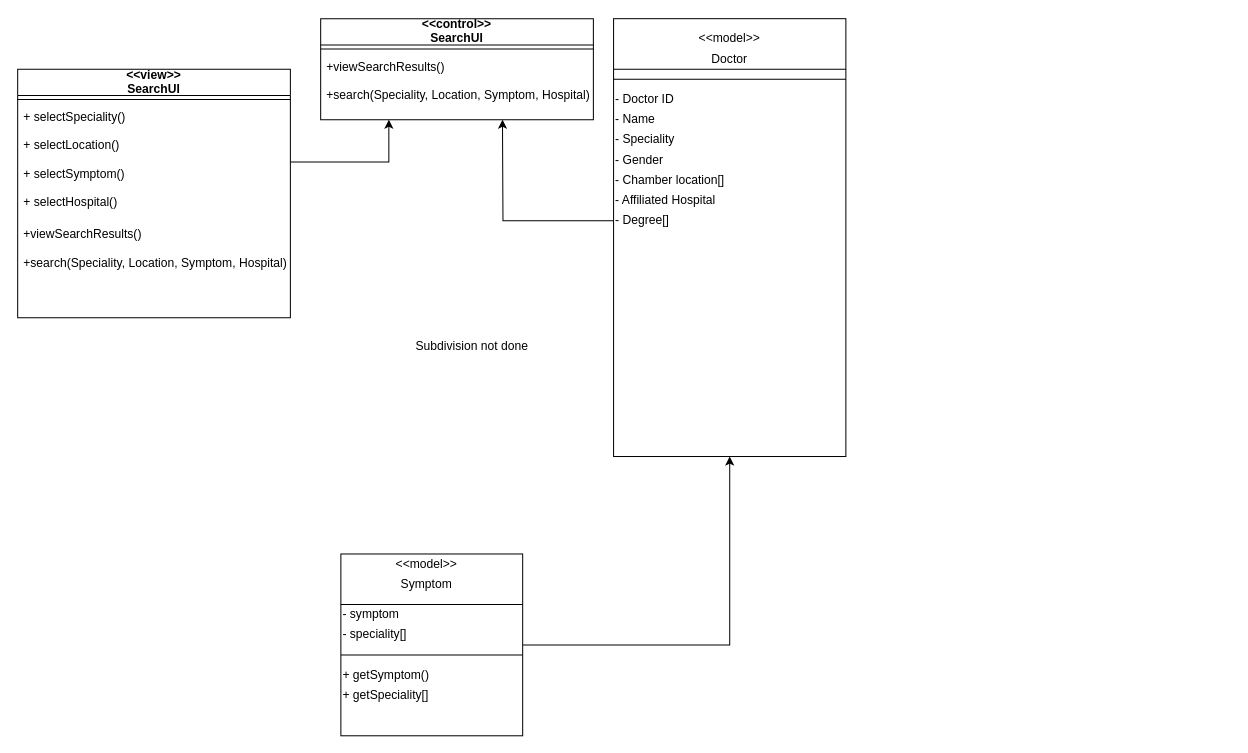
This is page "Search" (2 of 3) of Untitled Diagram.drawio from SaffatZabin-17/CSE-326-Information-System-Design-Sessional-, a draw.io file, before an edit. Source tidied: cells renumbered, new cells numbered last; positions are measured from the earlier drawing's top-left corner, leaving out a move shared by most shapes. Both pictures are drawn from the tidied source at 101%, with x=0, y=0 at pixel (17, 18).
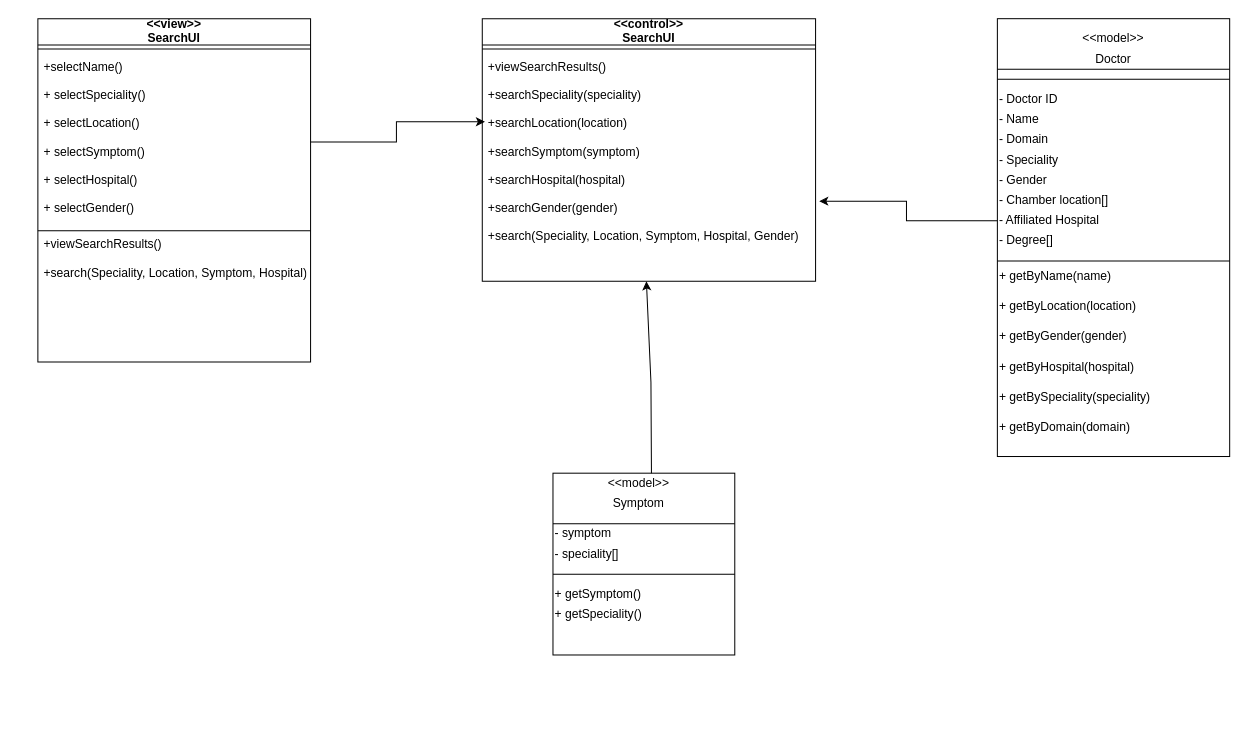
The same diagram, later.

Change to the diagram source:
```diff
@@
     <mxCell id="2" value="&lt;&lt;view&gt;&gt;&#10;SearchUI&#10;" style="swimlane;fontStyle=1;align=center;verticalAlign=middle;horizontal=1;startSize=26;rounded=0;shadow=0;strokeWidth=1;spacing=6;spacingTop=12;" parent="1" vertex="1">
-      <mxGeometry y="50" width="270" height="246" as="geometry" />
+      <mxGeometry x="20" width="270" height="340" as="geometry" />
     </mxCell>
@@
-    <mxCell id="4" value="+ selectSpeciality()&#10;&#10;+ selectLocation()&#10;&#10;+ selectSymptom()&#10;&#10;+ selectHospital()" style="text;align=left;verticalAlign=top;spacingLeft=4;spacingRight=4;overflow=hidden;points=[[0,0.5],[1,0.5]];portConstraint=eastwest;" parent="2" vertex="1">
-      <mxGeometry y="34" width="270" height="116" as="geometry" />
+    <mxCell id="4" value="+selectName()&#10;&#10;+ selectSpeciality()&#10;&#10;+ selectLocation()&#10;&#10;+ selectSymptom()&#10;&#10;+ selectHospital()&#10;&#10;+ selectGender()" style="text;align=left;verticalAlign=top;spacingLeft=4;spacingRight=4;overflow=hidden;points=[[0,0.5],[1,0.5]];portConstraint=eastwest;" parent="2" vertex="1">
+      <mxGeometry y="34" width="270" height="176" as="geometry" />
     </mxCell>
+    <mxCell id="34" style="endArrow=none;html=1;rounded=0;" parent="2" edge="1">
+      <mxGeometry relative="1" as="geometry">
+        <mxPoint y="210" as="sourcePoint" />
+        <mxPoint x="270" y="210" as="targetPoint" />
+        <Array as="points">
+          <mxPoint x="30" y="210" />
+        </Array>
+      </mxGeometry>
+    </mxCell>
     <mxCell id="5" value="+viewSearchResults()&#10;&#10;+search(Speciality, Location, Symptom, Hospital)" style="text;align=left;verticalAlign=top;spacingLeft=4;spacingRight=4;overflow=hidden;" parent="2" vertex="1">
-      <mxGeometry y="150" width="270" height="50" as="geometry" />
+      <mxGeometry y="210" width="270" height="80" as="geometry" />
     </mxCell>
     <mxCell id="6" style="rounded=0;whiteSpace=wrap;html=1;" parent="1" vertex="1">
-      <mxGeometry x="590" width="230" height="433.5" as="geometry" />
+      <mxGeometry x="970" width="230" height="433.5" as="geometry" />
     </mxCell>
     <mxCell id="7" style="endArrow=none;html=1;rounded=0;" parent="1" edge="1">
       <mxGeometry relative="1" as="geometry">
-        <mxPoint x="590" y="50" as="sourcePoint" />
-        <mxPoint x="820" y="50" as="targetPoint" />
+        <mxPoint x="970" y="50" as="sourcePoint" />
+        <mxPoint x="1200" y="50" as="targetPoint" />
         <Array as="points">
-          <mxPoint x="710" y="50" />
-          <mxPoint x="820" y="50" />
+          <mxPoint x="1090" y="50" />
+          <mxPoint x="1200" y="50" />
         </Array>
       </mxGeometry>
     </mxCell>
     <mxCell id="8" value="&amp;lt;&amp;lt;model&amp;gt;&amp;gt;" style="text;html=1;strokeColor=none;fillColor=none;align=center;verticalAlign=middle;whiteSpace=wrap;rounded=0;" parent="1" vertex="1">
-      <mxGeometry x="675" y="10" width="60" height="20" as="geometry" />
+      <mxGeometry x="1055" y="10" width="60" height="20" as="geometry" />
     </mxCell>
     <mxCell id="9" value="Doctor" style="text;html=1;strokeColor=none;fillColor=none;align=center;verticalAlign=middle;whiteSpace=wrap;rounded=0;" parent="1" vertex="1">
-      <mxGeometry x="675" y="30" width="60" height="20" as="geometry" />
+      <mxGeometry x="1055" y="30" width="60" height="20" as="geometry" />
     </mxCell>
-    <mxCell id="10" style="edgeStyle=orthogonalEdgeStyle;rounded=0;jettySize=auto;html=1;" parent="1" edge="1" source="11" target="6">
-      <mxGeometry relative="1" as="geometry" />
-    </mxCell>
     <mxCell id="11" style="rounded=0;whiteSpace=wrap;html=1;" parent="1" vertex="1">
-      <mxGeometry x="320" y="530" width="180" height="180" as="geometry" />
+      <mxGeometry x="530" y="450" width="180" height="180" as="geometry" />
     </mxCell>
     <mxCell id="12" style="endArrow=none;html=1;rounded=0;" parent="1" edge="1" target="11">
       <mxGeometry relative="1" as="geometry">
-        <mxPoint x="320" y="580" as="sourcePoint" />
+        <mxPoint x="530" y="500" as="sourcePoint" />
         <Array as="points">
-          <mxPoint x="500" y="580" />
+          <mxPoint x="710" y="500" />
         </Array>
       </mxGeometry>
     </mxCell>
     <mxCell id="13" value="&amp;lt;&amp;lt;model&amp;gt;&amp;gt;" style="text;html=1;strokeColor=none;fillColor=none;align=center;verticalAlign=middle;whiteSpace=wrap;rounded=0;" parent="1" vertex="1">
-      <mxGeometry x="375" y="530" width="60" height="20" as="geometry" />
+      <mxGeometry x="585" y="450" width="60" height="20" as="geometry" />
     </mxCell>
     <mxCell id="14" value="Symptom" style="text;html=1;strokeColor=none;fillColor=none;align=center;verticalAlign=middle;whiteSpace=wrap;rounded=0;" parent="1" vertex="1">
-      <mxGeometry x="375" y="550" width="60" height="20" as="geometry" />
+      <mxGeometry x="585" y="470" width="60" height="20" as="geometry" />
     </mxCell>
     <mxCell id="15" value="- symptom" style="text;html=1;strokeColor=none;fillColor=none;align=left;verticalAlign=middle;whiteSpace=wrap;rounded=0;" parent="1" vertex="1">
-      <mxGeometry x="320" y="580" width="180" height="20" as="geometry" />
+      <mxGeometry x="530" y="500" width="180" height="20" as="geometry" />
     </mxCell>
     <mxCell id="16" value="- speciality[]" style="text;html=1;strokeColor=none;fillColor=none;align=left;verticalAlign=middle;whiteSpace=wrap;rounded=0;" parent="1" vertex="1">
-      <mxGeometry x="320" y="600" width="180" height="20" as="geometry" />
+      <mxGeometry x="530" y="520" width="180" height="20" as="geometry" />
     </mxCell>
     <mxCell id="17" style="endArrow=none;html=1;rounded=0;" parent="1" edge="1">
       <mxGeometry relative="1" as="geometry">
-        <mxPoint x="320" y="630" as="sourcePoint" />
-        <mxPoint x="500" y="630" as="targetPoint" />
+        <mxPoint x="530" y="550" as="sourcePoint" />
+        <mxPoint x="710" y="550" as="targetPoint" />
         <Array as="points">
-          <mxPoint x="500" y="630" />
+          <mxPoint x="710" y="550" />
         </Array>
       </mxGeometry>
     </mxCell>
     <mxCell id="18" value="+ getSymptom()" style="text;html=1;strokeColor=none;fillColor=none;align=left;verticalAlign=middle;whiteSpace=wrap;rounded=0;" parent="1" vertex="1">
-      <mxGeometry x="320" y="640" width="180" height="20" as="geometry" />
+      <mxGeometry x="530" y="560" width="180" height="20" as="geometry" />
     </mxCell>
-    <mxCell id="19" value="+ getSpeciality[]" style="text;html=1;strokeColor=none;fillColor=none;align=left;verticalAlign=middle;whiteSpace=wrap;rounded=0;" parent="1" vertex="1">
-      <mxGeometry x="320" y="660" width="180" height="20" as="geometry" />
+    <mxCell id="19" value="+ getSpeciality()" style="text;html=1;strokeColor=none;fillColor=none;align=left;verticalAlign=middle;whiteSpace=wrap;rounded=0;" parent="1" vertex="1">
+      <mxGeometry x="530" y="580" width="180" height="20" as="geometry" />
     </mxCell>
     <mxCell id="20" value="- Doctor ID" style="text;html=1;strokeColor=none;fillColor=none;align=left;verticalAlign=middle;whiteSpace=wrap;rounded=0;" parent="1" vertex="1">
-      <mxGeometry x="590" y="70" width="230" height="20" as="geometry" />
+      <mxGeometry x="970" y="70" width="230" height="20" as="geometry" />
     </mxCell>
     <mxCell id="21" value="- Name" style="text;html=1;strokeColor=none;fillColor=none;align=left;verticalAlign=middle;whiteSpace=wrap;rounded=0;" parent="1" vertex="1">
-      <mxGeometry x="590" y="90" width="230" height="20" as="geometry" />
+      <mxGeometry x="970" y="90" width="230" height="20" as="geometry" />
     </mxCell>
     <mxCell id="22" value="- Speciality" style="text;html=1;strokeColor=none;fillColor=none;align=left;verticalAlign=middle;whiteSpace=wrap;rounded=0;" parent="1" vertex="1">
-      <mxGeometry x="590" y="110" width="230" height="20" as="geometry" />
+      <mxGeometry x="970" y="130" width="230" height="20" as="geometry" />
     </mxCell>
     <mxCell id="23" value="- Gender" style="text;html=1;strokeColor=none;fillColor=none;align=left;verticalAlign=middle;whiteSpace=wrap;rounded=0;" parent="1" vertex="1">
-      <mxGeometry x="590" y="130" width="230" height="20" as="geometry" />
+      <mxGeometry x="970" y="150" width="230" height="20" as="geometry" />
     </mxCell>
     <mxCell id="24" value="- Chamber location[]" style="text;html=1;strokeColor=none;fillColor=none;align=left;verticalAlign=middle;whiteSpace=wrap;rounded=0;" parent="1" vertex="1">
-      <mxGeometry x="590" y="150" width="230" height="20" as="geometry" />
+      <mxGeometry x="970" y="170" width="230" height="20" as="geometry" />
     </mxCell>
+    <mxCell id="35" style="edgeStyle=orthogonalEdgeStyle;rounded=0;jettySize=auto;html=1;entryX=1.011;entryY=0.649;entryDx=0;entryDy=0;entryPerimeter=0;" parent="1" edge="1" source="25" target="31">
+      <mxGeometry relative="1" as="geometry" />
+    </mxCell>
     <mxCell id="25" value="- Affiliated Hospital" style="text;html=1;strokeColor=none;fillColor=none;align=left;verticalAlign=middle;whiteSpace=wrap;rounded=0;" parent="1" vertex="1">
-      <mxGeometry x="590" y="170" width="230" height="20" as="geometry" />
+      <mxGeometry x="970" y="190" width="230" height="20" as="geometry" />
     </mxCell>
-    <mxCell id="26" style="edgeStyle=orthogonalEdgeStyle;rounded=0;jettySize=auto;html=1;" parent="1" edge="1" source="27">
-      <mxGeometry relative="1" as="geometry">
-        <mxPoint x="480" y="100" as="targetPoint" />
-      </mxGeometry>
-    </mxCell>
     <mxCell id="27" value="- Degree[]" style="text;html=1;strokeColor=none;fillColor=none;align=left;verticalAlign=middle;whiteSpace=wrap;rounded=0;" parent="1" vertex="1">
-      <mxGeometry x="590" y="190" width="230" height="20" as="geometry" />
+      <mxGeometry x="970" y="210" width="230" height="20" as="geometry" />
     </mxCell>
     <mxCell id="28" style="endArrow=none;html=1;rounded=0;entryX=1;entryY=0;entryDx=0;entryDy=0;" parent="1" edge="1">
       <mxGeometry relative="1" as="geometry">
-        <mxPoint x="590" y="60" as="sourcePoint" />
-        <mxPoint x="820" y="60" as="targetPoint" />
+        <mxPoint x="970" y="60" as="sourcePoint" />
+        <mxPoint x="1200" y="60" as="targetPoint" />
       </mxGeometry>
     </mxCell>
     <mxCell id="29" value="&lt;&lt;control&gt;&gt;&#10;SearchUI&#10;" style="swimlane;fontStyle=1;align=center;verticalAlign=middle;horizontal=1;startSize=26;rounded=0;shadow=0;strokeWidth=1;spacing=6;spacingTop=12;" parent="1" vertex="1">
-      <mxGeometry x="300" width="270" height="100" as="geometry" />
+      <mxGeometry x="460" width="330" height="260" as="geometry" />
     </mxCell>
     <mxCell id="30" style="line;html=1;strokeWidth=1;align=left;verticalAlign=middle;spacingTop=-1;spacingLeft=3;spacingRight=3;labelPosition=right;" parent="29" vertex="1">
-      <mxGeometry y="26" width="270" height="8" as="geometry" />
+      <mxGeometry y="26" width="330" height="8" as="geometry" />
     </mxCell>
-    <mxCell id="31" value="+viewSearchResults()&#10;&#10;+search(Speciality, Location, Symptom, Hospital)" style="text;align=left;verticalAlign=top;spacingLeft=4;spacingRight=4;overflow=hidden;points=[[0,0.5],[1,0.5]];portConstraint=eastwest;" parent="29" vertex="1">
-      <mxGeometry y="34" width="270" height="50" as="geometry" />
+    <mxCell id="31" value="+viewSearchResults()&#10;&#10;+searchSpeciality(speciality)&#10;&#10;+searchLocation(location)&#10;&#10;+searchSymptom(symptom)&#10;&#10;+searchHospital(hospital)&#10;&#10;+searchGender(gender)&#10;&#10;+search(Speciality, Location, Symptom, Hospital, Gender)" style="text;align=left;verticalAlign=top;spacingLeft=4;spacingRight=4;overflow=hidden;points=[[0,0.5],[1,0.5]];portConstraint=eastwest;" parent="29" vertex="1">
+      <mxGeometry y="34" width="330" height="226" as="geometry" />
     </mxCell>
-    <mxCell id="32" style="edgeStyle=orthogonalEdgeStyle;rounded=0;jettySize=auto;html=1;entryX=0.25;entryY=1;entryDx=0;entryDy=0;" parent="1" edge="1" source="4" target="29">
-      <mxGeometry relative="1" as="geometry" />
-    </mxCell>
-    <mxCell id="33" value="Subdivision not done" style="text;html=1;strokeColor=none;fillColor=none;align=center;verticalAlign=middle;whiteSpace=wrap;rounded=0;" parent="1" vertex="1">
-      <mxGeometry x="360" y="270" width="180" height="110" as="geometry" />
-    </mxCell>
+    <mxCell id="36" style="edgeStyle=orthogonalEdgeStyle;rounded=0;jettySize=auto;html=1;entryX=0.008;entryY=0.301;entryDx=0;entryDy=0;entryPerimeter=0;" parent="1" edge="1" source="4" target="31">
+      <mxGeometry relative="1" as="geometry" />
+    </mxCell>
+    <mxCell id="37" value="- Domain" style="text;html=1;strokeColor=none;fillColor=none;align=left;verticalAlign=middle;whiteSpace=wrap;rounded=0;" parent="1" vertex="1">
+      <mxGeometry x="970" y="110" width="230" height="20" as="geometry" />
+    </mxCell>
+    <mxCell id="38" style="endArrow=classic;html=1;rounded=0;exitX=0.5;exitY=0;exitDx=0;exitDy=0;" parent="1" edge="1">
+      <mxGeometry relative="1" as="geometry">
+        <mxPoint x="627.5" y="450" as="sourcePoint" />
+        <mxPoint x="622.5" y="260" as="targetPoint" />
+        <Array as="points">
+          <mxPoint x="627" y="360" />
+        </Array>
+      </mxGeometry>
+    </mxCell>
+    <mxCell id="39" style="endArrow=none;html=1;rounded=0;" parent="1" edge="1" target="6">
+      <mxGeometry relative="1" as="geometry">
+        <mxPoint x="970" y="240" as="sourcePoint" />
+        <Array as="points">
+          <mxPoint x="1200" y="240" />
+        </Array>
+      </mxGeometry>
+    </mxCell>
+    <mxCell id="40" value="+ getByName(name)" style="text;html=1;strokeColor=none;fillColor=none;align=left;verticalAlign=middle;whiteSpace=wrap;rounded=0;" parent="1" vertex="1">
+      <mxGeometry x="970" y="240" width="230" height="30" as="geometry" />
+    </mxCell>
+    <mxCell id="41" value="+ getByLocation(location)" style="text;html=1;strokeColor=none;fillColor=none;align=left;verticalAlign=middle;whiteSpace=wrap;rounded=0;" parent="1" vertex="1">
+      <mxGeometry x="970" y="270" width="230" height="30" as="geometry" />
+    </mxCell>
+    <mxCell id="42" value="+ getByGender(gender)" style="text;html=1;strokeColor=none;fillColor=none;align=left;verticalAlign=middle;whiteSpace=wrap;rounded=0;" parent="1" vertex="1">
+      <mxGeometry x="970" y="300" width="230" height="30" as="geometry" />
+    </mxCell>
+    <mxCell id="43" value="+ getByHospital(hospital)" style="text;html=1;strokeColor=none;fillColor=none;align=left;verticalAlign=middle;whiteSpace=wrap;rounded=0;" parent="1" vertex="1">
+      <mxGeometry x="970" y="330" width="230" height="30" as="geometry" />
+    </mxCell>
+    <mxCell id="44" value="+ getBySpeciality(speciality)" style="text;html=1;strokeColor=none;fillColor=none;align=left;verticalAlign=middle;whiteSpace=wrap;rounded=0;" parent="1" vertex="1">
+      <mxGeometry x="970" y="360" width="230" height="30" as="geometry" />
+    </mxCell>
+    <mxCell id="45" value="+ getByDomain(domain)" style="text;html=1;strokeColor=none;fillColor=none;align=left;verticalAlign=middle;whiteSpace=wrap;rounded=0;" parent="1" vertex="1">
+      <mxGeometry x="970" y="390" width="230" height="30" as="geometry" />
+    </mxCell>
```
